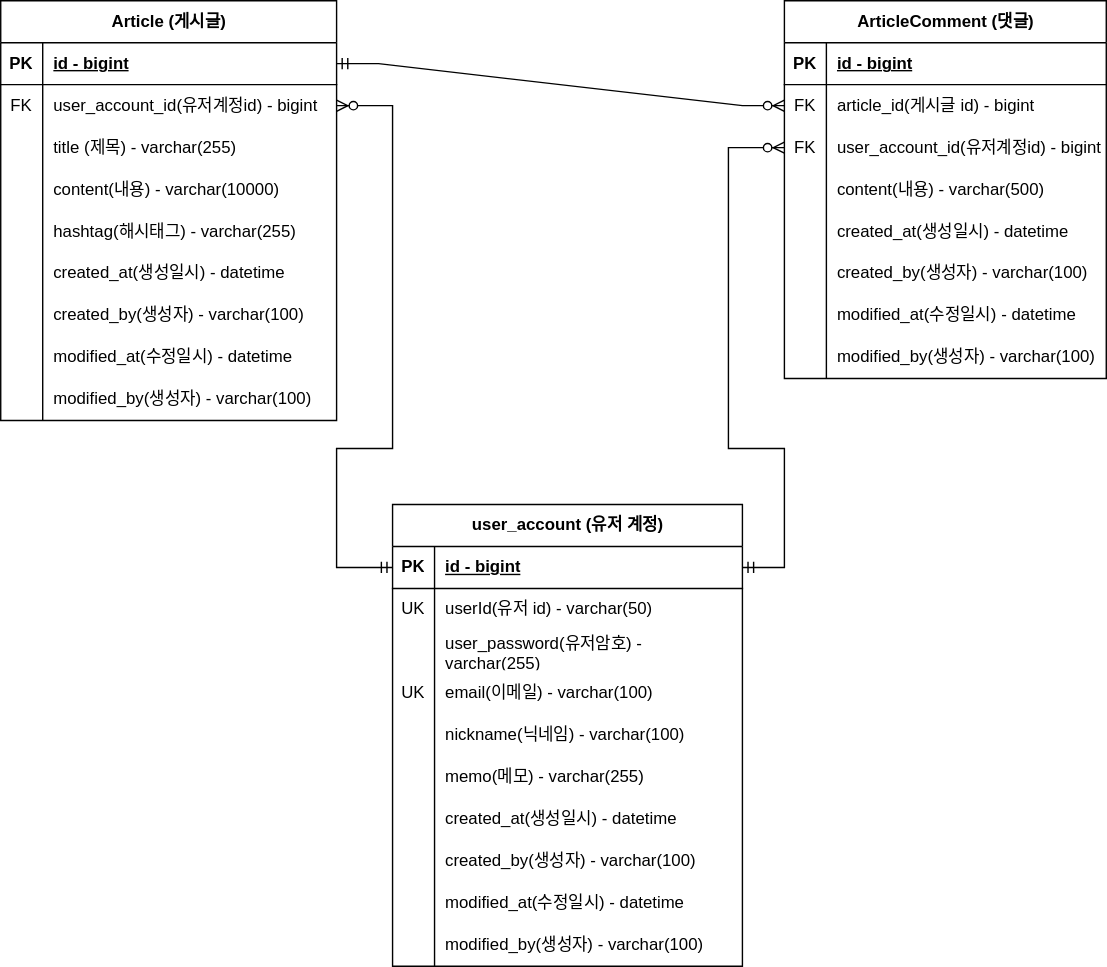
Earlier version of the draw.io export document/erd.svg (hingjae/board-project). Source tidied: cells renumbered, new cells last; positions are measured from the earlier drawing's top-left corner, leaving out a move shared by most shapes.
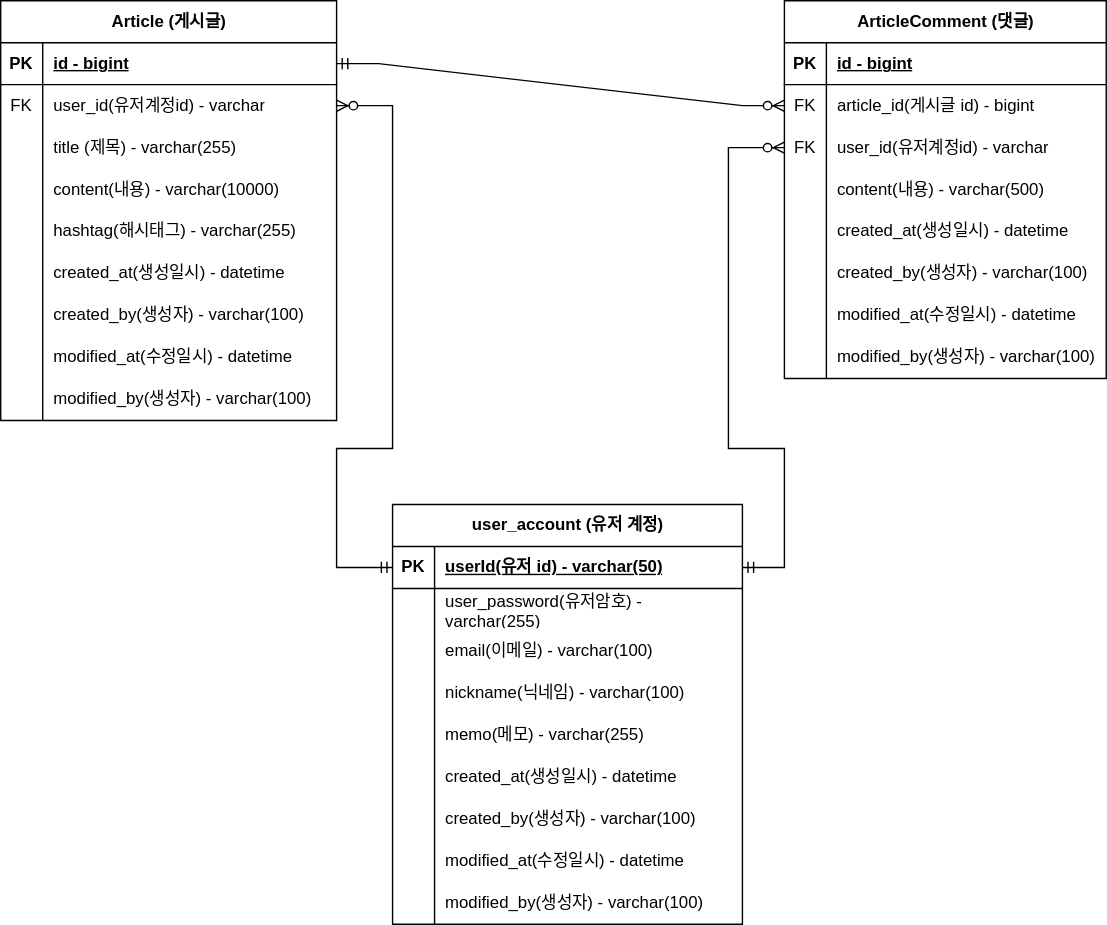
Above is the later version.

Commit message:
user_account pk 업데이트

Diff of the diagram source:
```diff
@@ -20,7 +20,7 @@
     <mxCell id="7" value="FK" style="shape=partialRectangle;fillColor=none;top=0;left=0;bottom=0;right=0;overflow=hidden;whiteSpace=wrap;html=1;" parent="6" vertex="1">
       <mxGeometry width="30" height="30" as="geometry" />
     </mxCell>
-    <mxCell id="8" value="user_account_id(유저계정id) - bigint" style="shape=partialRectangle;fillColor=none;top=0;left=0;bottom=0;right=0;align=left;spacingLeft=6;overflow=hidden;whiteSpace=wrap;html=1;" parent="6" vertex="1">
+    <mxCell id="8" value="user_id(유저계정id) - varchar" style="shape=partialRectangle;fillColor=none;top=0;left=0;bottom=0;right=0;align=left;spacingLeft=6;overflow=hidden;whiteSpace=wrap;html=1;" parent="6" vertex="1">
       <mxGeometry x="30" width="210" height="30" as="geometry" />
     </mxCell>
     <mxCell id="9" style="shape=tableRow;horizontal=0;startSize=0;swimlaneHead=0;swimlaneBody=0;fillColor=none;top=0;left=0;right=0;bottom=0;" parent="2" vertex="1">
@@ -113,7 +113,7 @@
     <mxCell id="38" value="FK" style="shape=partialRectangle;fillColor=none;top=0;left=0;bottom=0;right=0;overflow=hidden;whiteSpace=wrap;html=1;" parent="37" vertex="1">
       <mxGeometry width="30" height="30" as="geometry" />
     </mxCell>
-    <mxCell id="39" value="user_account_id(유저계정id) - bigint" style="shape=partialRectangle;fillColor=none;top=0;left=0;bottom=0;right=0;align=left;spacingLeft=6;overflow=hidden;whiteSpace=wrap;html=1;" parent="37" vertex="1">
+    <mxCell id="39" value="user_id(유저계정id) - varchar" style="shape=partialRectangle;fillColor=none;top=0;left=0;bottom=0;right=0;align=left;spacingLeft=6;overflow=hidden;whiteSpace=wrap;html=1;" parent="37" vertex="1">
       <mxGeometry x="30" width="200" height="30" as="geometry" />
     </mxCell>
     <mxCell id="40" style="shape=tableRow;horizontal=0;startSize=0;swimlaneHead=0;swimlaneBody=0;fillColor=none;top=0;left=0;right=0;bottom=0;" parent="30" vertex="1">
@@ -165,7 +165,7 @@
       <mxGeometry relative="1" as="geometry" />
     </mxCell>
     <mxCell id="56" value="&lt;div style=&quot;&quot;&gt;&lt;span style=&quot;background-color: initial;&quot;&gt;user_account (유저 계정)&lt;/span&gt;&lt;/div&gt;" style="shape=table;startSize=30;rowLines=0;fontStyle=1;align=center;html=1;" parent="1" vertex="1">
-      <mxGeometry x="280" y="360" width="250" height="330" as="geometry" />
+      <mxGeometry x="280" y="360" width="250" height="300" as="geometry" />
     </mxCell>
     <mxCell id="57" style="shape=tableRow;horizontal=0;startSize=0;swimlaneHead=0;swimlaneBody=0;fillColor=none;points=[[0,0.5],[1,0.5]];portConstraint=eastwest;top=0;left=0;right=0;bottom=1;" parent="56" vertex="1">
       <mxGeometry y="30" width="250" height="30" as="geometry" />
@@ -173,20 +173,11 @@
     <mxCell id="58" value="PK" style="shape=partialRectangle;fillColor=none;top=0;left=0;bottom=0;right=0;fontStyle=1;overflow=hidden;whiteSpace=wrap;html=1;" parent="57" vertex="1">
       <mxGeometry width="30" height="30" as="geometry" />
     </mxCell>
-    <mxCell id="59" value="id - bigint" style="shape=partialRectangle;fillColor=none;top=0;left=0;bottom=0;right=0;align=left;spacingLeft=6;fontStyle=5;overflow=hidden;whiteSpace=wrap;html=1;" parent="57" vertex="1">
+    <mxCell id="59" value="userId(유저 id) - varchar(50)" style="shape=partialRectangle;fillColor=none;top=0;left=0;bottom=0;right=0;align=left;spacingLeft=6;fontStyle=5;overflow=hidden;whiteSpace=wrap;html=1;" parent="57" vertex="1">
       <mxGeometry x="30" width="220" height="30" as="geometry" />
     </mxCell>
-    <mxCell id="60" style="shape=tableRow;horizontal=0;startSize=0;swimlaneHead=0;swimlaneBody=0;fillColor=none;top=0;left=0;right=0;bottom=0;" parent="56" vertex="1">
-      <mxGeometry y="60" width="250" height="30" as="geometry" />
-    </mxCell>
-    <mxCell id="61" value="UK" style="shape=partialRectangle;fillColor=none;top=0;left=0;bottom=0;right=0;overflow=hidden;whiteSpace=wrap;html=1;" parent="60" vertex="1">
-      <mxGeometry width="30" height="30" as="geometry" />
-    </mxCell>
-    <mxCell id="62" value="userId(유저 id) - varchar(50)" style="shape=partialRectangle;fillColor=none;top=0;left=0;bottom=0;right=0;align=left;spacingLeft=6;overflow=hidden;whiteSpace=wrap;html=1;" parent="60" vertex="1">
-      <mxGeometry x="30" width="220" height="30" as="geometry" />
-    </mxCell>
     <mxCell id="63" style="shape=tableRow;horizontal=0;startSize=0;swimlaneHead=0;swimlaneBody=0;fillColor=none;top=0;left=0;right=0;bottom=0;" parent="56" vertex="1">
-      <mxGeometry y="90" width="250" height="30" as="geometry" />
+      <mxGeometry y="60" width="250" height="30" as="geometry" />
     </mxCell>
     <mxCell id="64" style="shape=partialRectangle;fillColor=none;top=0;left=0;bottom=0;right=0;overflow=hidden;whiteSpace=wrap;html=1;" parent="63" vertex="1">
       <mxGeometry width="30" height="30" as="geometry" />
@@ -195,16 +186,16 @@
       <mxGeometry x="30" width="220" height="30" as="geometry" />
     </mxCell>
     <mxCell id="66" style="shape=tableRow;horizontal=0;startSize=0;swimlaneHead=0;swimlaneBody=0;fillColor=none;top=0;left=0;right=0;bottom=0;" parent="56" vertex="1">
-      <mxGeometry y="120" width="250" height="30" as="geometry" />
+      <mxGeometry y="90" width="250" height="30" as="geometry" />
     </mxCell>
-    <mxCell id="67" value="UK" style="shape=partialRectangle;fillColor=none;top=0;left=0;bottom=0;right=0;overflow=hidden;whiteSpace=wrap;html=1;" parent="66" vertex="1">
+    <mxCell id="67" style="shape=partialRectangle;fillColor=none;top=0;left=0;bottom=0;right=0;overflow=hidden;whiteSpace=wrap;html=1;" parent="66" vertex="1">
       <mxGeometry width="30" height="30" as="geometry" />
     </mxCell>
     <mxCell id="68" value="email(이메일) - varchar(100)" style="shape=partialRectangle;fillColor=none;top=0;left=0;bottom=0;right=0;align=left;spacingLeft=6;overflow=hidden;whiteSpace=wrap;html=1;" parent="66" vertex="1">
       <mxGeometry x="30" width="220" height="30" as="geometry" />
     </mxCell>
     <mxCell id="69" style="shape=tableRow;horizontal=0;startSize=0;swimlaneHead=0;swimlaneBody=0;fillColor=none;top=0;left=0;right=0;bottom=0;" parent="56" vertex="1">
-      <mxGeometry y="150" width="250" height="30" as="geometry" />
+      <mxGeometry y="120" width="250" height="30" as="geometry" />
     </mxCell>
     <mxCell id="70" style="shape=partialRectangle;fillColor=none;top=0;left=0;bottom=0;right=0;overflow=hidden;whiteSpace=wrap;html=1;" parent="69" vertex="1">
       <mxGeometry width="30" height="30" as="geometry" />
@@ -213,7 +204,7 @@
       <mxGeometry x="30" width="220" height="30" as="geometry" />
     </mxCell>
     <mxCell id="72" style="shape=tableRow;horizontal=0;startSize=0;swimlaneHead=0;swimlaneBody=0;fillColor=none;top=0;left=0;right=0;bottom=0;" parent="56" vertex="1">
-      <mxGeometry y="180" width="250" height="30" as="geometry" />
+      <mxGeometry y="150" width="250" height="30" as="geometry" />
     </mxCell>
     <mxCell id="73" style="shape=partialRectangle;fillColor=none;top=0;left=0;bottom=0;right=0;overflow=hidden;whiteSpace=wrap;html=1;" parent="72" vertex="1">
       <mxGeometry width="30" height="30" as="geometry" />
@@ -222,7 +213,7 @@
       <mxGeometry x="30" width="220" height="30" as="geometry" />
     </mxCell>
     <mxCell id="75" style="shape=tableRow;horizontal=0;startSize=0;swimlaneHead=0;swimlaneBody=0;fillColor=none;top=0;left=0;right=0;bottom=0;" parent="56" vertex="1">
-      <mxGeometry y="210" width="250" height="30" as="geometry" />
+      <mxGeometry y="180" width="250" height="30" as="geometry" />
     </mxCell>
     <mxCell id="76" style="shape=partialRectangle;fillColor=none;top=0;left=0;bottom=0;right=0;overflow=hidden;whiteSpace=wrap;html=1;" parent="75" vertex="1">
       <mxGeometry width="30" height="30" as="geometry" />
@@ -231,7 +222,7 @@
       <mxGeometry x="30" width="220" height="30" as="geometry" />
     </mxCell>
     <mxCell id="78" style="shape=tableRow;horizontal=0;startSize=0;swimlaneHead=0;swimlaneBody=0;fillColor=none;top=0;left=0;right=0;bottom=0;" parent="56" vertex="1">
-      <mxGeometry y="240" width="250" height="30" as="geometry" />
+      <mxGeometry y="210" width="250" height="30" as="geometry" />
     </mxCell>
     <mxCell id="79" style="shape=partialRectangle;fillColor=none;top=0;left=0;bottom=0;right=0;overflow=hidden;whiteSpace=wrap;html=1;" parent="78" vertex="1">
       <mxGeometry width="30" height="30" as="geometry" />
@@ -240,7 +231,7 @@
       <mxGeometry x="30" width="220" height="30" as="geometry" />
     </mxCell>
     <mxCell id="81" style="shape=tableRow;horizontal=0;startSize=0;swimlaneHead=0;swimlaneBody=0;fillColor=none;top=0;left=0;right=0;bottom=0;" parent="56" vertex="1">
-      <mxGeometry y="270" width="250" height="30" as="geometry" />
+      <mxGeometry y="240" width="250" height="30" as="geometry" />
     </mxCell>
     <mxCell id="82" style="shape=partialRectangle;fillColor=none;top=0;left=0;bottom=0;right=0;overflow=hidden;whiteSpace=wrap;html=1;" parent="81" vertex="1">
       <mxGeometry width="30" height="30" as="geometry" />
@@ -249,7 +240,7 @@
       <mxGeometry x="30" width="220" height="30" as="geometry" />
     </mxCell>
     <mxCell id="84" style="shape=tableRow;horizontal=0;startSize=0;swimlaneHead=0;swimlaneBody=0;fillColor=none;top=0;left=0;right=0;bottom=0;" parent="56" vertex="1">
-      <mxGeometry y="300" width="250" height="30" as="geometry" />
+      <mxGeometry y="270" width="250" height="30" as="geometry" />
     </mxCell>
     <mxCell id="85" style="shape=partialRectangle;fillColor=none;top=0;left=0;bottom=0;right=0;overflow=hidden;whiteSpace=wrap;html=1;" parent="84" vertex="1">
       <mxGeometry width="30" height="30" as="geometry" />
```
